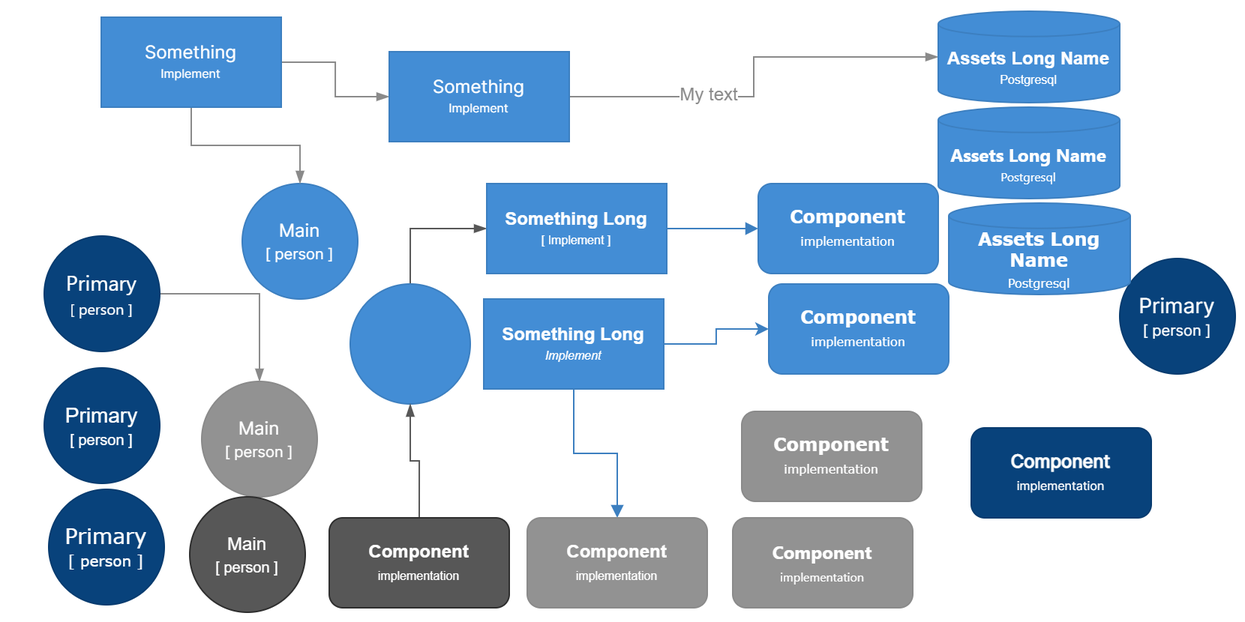
Before: .readme/diagrams/template.png, a diagram exported from draw.io (lebedec/farmisto). Source tidied: cells renumbered, new cells last; positions are measured from the earlier drawing's top-left corner, leaving out a move shared by most shapes.
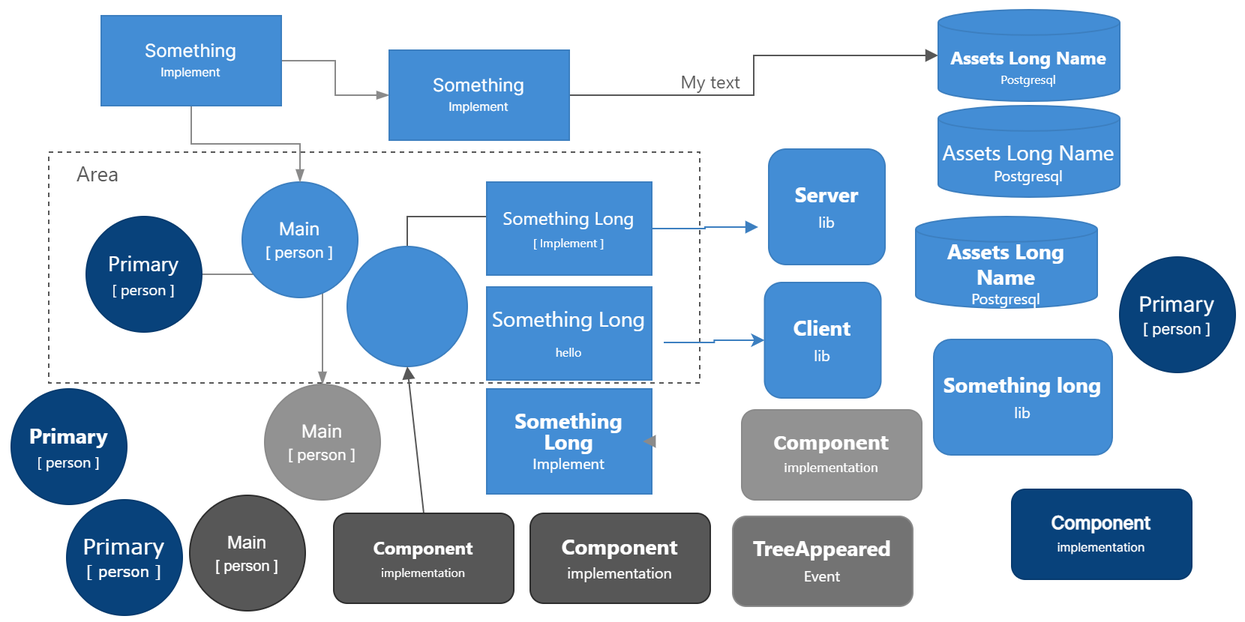
After the commit.

Commit message:
add to diagrams template more components

What changed in the source:
```diff
@@ -4,2 +4,5 @@
     <mxCell id="1" parent="0" />
+    <mxCell id="34" style="rounded=0;whiteSpace=wrap;html=1;fontFamily=segoe ui;fontSource=https%3A%2F%2Ffonts.googleapis.com%2Fcss%3Ffamily%3Dsegoe%2Bui;fontSize=10;dashed=1;strokeWidth=1;perimeterSpacing=0;fillColor=none;strokeColor=#575757;" parent="1" vertex="1">
+      <mxGeometry x="3" y="95" width="434" height="154" as="geometry" />
+    </mxCell>
     <mxCell id="2" style="edgeStyle=orthogonalEdgeStyle;shape=connector;rounded=0;jettySize=auto;html=1;exitX=1;exitY=0.5;exitDx=0;exitDy=0;entryX=0.5;entryY=0;entryDx=0;entryDy=0;labelBackgroundColor=default;strokeColor=#8A8A8A;strokeWidth=1;fontFamily=Helvetica;fontSize=12;fontColor=#ffffff;endArrow=blockThin;endFill=1;" parent="1" edge="1" source="3" target="5">
@@ -8,3 +11,3 @@
     <mxCell id="3" value="&lt;font style=&quot;font-size: 14px;&quot;&gt;Primary&lt;/font&gt;&lt;br style=&quot;font-size: 12px;&quot;&gt;&lt;font style=&quot;font-size: 10px;&quot;&gt;[ person ]&lt;/font&gt;" style="ellipse;whiteSpace=wrap;html=1;strokeColor=#073b6f;fontFamily=segoe ui;fontSource=https%3A%2F%2Ffonts.googleapis.com%2Fcss%3Ffamily%3Dsegoe%2Bui;fontSize=12;fillColor=#08427b;fontColor=#ffffff;" parent="1" vertex="1">
-      <mxGeometry y="150" width="77" height="77" as="geometry" />
+      <mxGeometry x="28" y="138" width="77" height="77" as="geometry" />
     </mxCell>
@@ -14,5 +17,5 @@
     <mxCell id="5" value="Main&lt;br style=&quot;font-size: 12px;&quot;&gt;&lt;font style=&quot;font-size: 10px;&quot;&gt;[ person ]&lt;/font&gt;" style="ellipse;whiteSpace=wrap;html=1;strokeColor=#8a8a8a;fontFamily=Inter;fontSource=https%3A%2F%2Ffonts.googleapis.com%2Fcss%3Ffamily%3DInter;fontSize=12;fillColor=#929292;fontColor=#ffffff;" parent="1" vertex="1">
-      <mxGeometry x="105" y="247" width="77" height="77" as="geometry" />
+      <mxGeometry x="147" y="250" width="77" height="77" as="geometry" />
     </mxCell>
-    <mxCell id="6" value="&lt;font style=&quot;font-size: 12px;&quot;&gt;&lt;b&gt;Assets Long Name&lt;/b&gt;&lt;/font&gt;&lt;br&gt;&lt;font style=&quot;font-size: 8px;&quot;&gt;Postgresql&lt;/font&gt;" style="shape=cylinder3;whiteSpace=wrap;html=1;boundedLbl=1;backgroundOutline=1;size=8.44827586206901;strokeColor=#3c7fc0;fontFamily=segoe ui;fontSource=https%3A%2F%2Ffonts.googleapis.com%2Fcss%3Ffamily%3Dsegoe%2Bui;fontSize=10;fontColor=#ffffff;fillColor=#438dd5;" parent="1" vertex="1">
+    <mxCell id="6" value="&lt;font style=&quot;&quot;&gt;&lt;font style=&quot;font-size: 14px;&quot;&gt;Assets Long Name&lt;/font&gt;&lt;br&gt;&lt;font style=&quot;font-size: 10px;&quot;&gt;Postgresql&lt;/font&gt;&lt;/font&gt;" style="shape=cylinder3;whiteSpace=wrap;html=1;boundedLbl=1;backgroundOutline=1;size=8.44827586206901;strokeColor=#3c7fc0;fontFamily=segoe ui;fontSource=https%3A%2F%2Ffonts.googleapis.com%2Fcss%3Ffamily%3Dsegoe%2Bui;fontSize=10;fontColor=#ffffff;fillColor=#438dd5;" parent="1" vertex="1">
       <mxGeometry x="596" y="64" width="121" height="61" as="geometry" />
@@ -32,3 +35,3 @@
     <mxCell id="11" style="ellipse;whiteSpace=wrap;html=1;strokeColor=#3c7fc0;fontFamily=Inter;fontSource=https%3A%2F%2Ffonts.googleapis.com%2Fcss%3Ffamily%3DInter;fontSize=8;fontColor=#ffffff;fillColor=#438dd5;" parent="1" vertex="1">
-      <mxGeometry x="204" y="182" width="80" height="80" as="geometry" />
+      <mxGeometry x="202" y="158" width="80" height="80" as="geometry" />
     </mxCell>
@@ -38,6 +41,6 @@
     <mxCell id="13" value="&lt;b&gt;Component&lt;/b&gt;&lt;br&gt;&lt;font style=&quot;font-size: 8px;&quot;&gt;implementation&lt;/font&gt;" style="rounded=1;whiteSpace=wrap;html=1;strokeColor=#073b6f;fontFamily=Inter;fontSource=https%3A%2F%2Ffonts.googleapis.com%2Fcss%3Ffamily%3DInter;fontSize=12;fontColor=#ffffff;fillColor=#08427b;" parent="1" vertex="1">
-      <mxGeometry x="618" y="278" width="120" height="60" as="geometry" />
+      <mxGeometry x="645" y="320" width="120" height="60" as="geometry" />
     </mxCell>
-    <mxCell id="14" value="&lt;b&gt;Component&lt;/b&gt;&lt;br&gt;&lt;font style=&quot;font-size: 8px;&quot;&gt;implementation&lt;/font&gt;" style="rounded=1;whiteSpace=wrap;html=1;strokeColor=#3c7fc0;fontFamily=Verdana;fontSize=12;fontColor=#ffffff;fillColor=#438dd5;fontSource=https%3A%2F%2Ffonts.googleapis.com%2Fcss%3Ffamily%3Dsegoe%2Bui;" parent="1" vertex="1">
-      <mxGeometry x="483" y="182" width="120" height="60" as="geometry" />
+    <mxCell id="14" value="&lt;b style=&quot;font-size: 14px;&quot;&gt;Client&lt;/b&gt;&lt;br style=&quot;font-size: 14px;&quot;&gt;&lt;span style=&quot;font-size: 10px;&quot;&gt;lib&lt;br&gt;&lt;/span&gt;" style="rounded=1;whiteSpace=wrap;html=1;strokeColor=#3c7fc0;fontFamily=segoe ui;fontSize=14;fontColor=#ffffff;fillColor=#438dd5;fontSource=https%3A%2F%2Ffonts.googleapis.com%2Fcss%3Ffamily%3Dsegoe%2Bui;" parent="1" vertex="1">
+      <mxGeometry x="480.2" y="182" width="77.5" height="77" as="geometry" />
     </mxCell>
@@ -46,6 +49,6 @@
     </mxCell>
-    <mxCell id="16" style="edgeStyle=orthogonalEdgeStyle;shape=connector;rounded=0;jettySize=auto;html=1;exitX=1;exitY=0.5;exitDx=0;exitDy=0;labelBackgroundColor=default;strokeColor=#8A8A8A;strokeWidth=1;fontFamily=Helvetica;fontSize=12;fontColor=#ffffff;endArrow=blockThin;endFill=1;" parent="1" edge="1" source="18" target="25">
+    <mxCell id="16" style="edgeStyle=orthogonalEdgeStyle;shape=connector;rounded=0;jettySize=auto;html=1;exitX=1;exitY=0.5;exitDx=0;exitDy=0;labelBackgroundColor=default;strokeColor=#575757;strokeWidth=1;fontFamily=Helvetica;fontSize=12;fontColor=#ffffff;endArrow=block;endFill=1;" parent="1" edge="1" source="18" target="25">
       <mxGeometry relative="1" as="geometry" />
     </mxCell>
-    <mxCell id="17" value="My text" style="edgeLabel;html=1;align=center;verticalAlign=middle;fontSize=12;fontFamily=Helvetica;fontColor=#8A8A8A;labelBackgroundColor=default;spacingTop=0;" parent="16" vertex="1">
+    <mxCell id="17" value="My text" style="edgeLabel;html=1;align=center;verticalAlign=middle;fontSize=12;fontFamily=segoe ui;fontColor=#575757;labelBackgroundColor=none;spacingTop=0;spacingBottom=17;fontSource=https%3A%2F%2Ffonts.googleapis.com%2Fcss%3Ffamily%3Dsegoe%2Bui;" parent="16" vertex="1">
       <mxGeometry x="-0.32" y="1" relative="1" as="geometry" />
@@ -55,43 +58,32 @@
     </mxCell>
-    <mxCell id="19" style="edgeStyle=orthogonalEdgeStyle;shape=connector;rounded=0;jettySize=auto;html=1;exitX=1;exitY=0.5;exitDx=0;exitDy=0;entryX=0;entryY=0.5;entryDx=0;entryDy=0;labelBackgroundColor=default;strokeColor=#3C7FC0;fontFamily=Helvetica;fontSize=12;fontColor=#ffffff;endArrow=block;endFill=1;strokeWidth=1;" parent="1" edge="1" source="20" target="24">
-      <mxGeometry relative="1" as="geometry" />
+    <mxCell id="19" style="edgeStyle=orthogonalEdgeStyle;shape=connector;rounded=0;jettySize=auto;html=1;exitX=1;exitY=0.5;exitDx=0;exitDy=0;entryX=0;entryY=0.5;entryDx=0;entryDy=0;labelBackgroundColor=default;strokeColor=#3C7FC0;fontFamily=Helvetica;fontSize=12;fontColor=#ffffff;endArrow=block;endFill=1;strokeWidth=1;" parent="1" edge="1" source="20">
+      <mxGeometry relative="1" as="geometry">
+        <mxPoint x="476" y="145" as="targetPoint" />
+      </mxGeometry>
     </mxCell>
-    <mxCell id="20" value="&lt;font style=&quot;font-size: 12px;&quot;&gt;&lt;b&gt;Something Long&lt;/b&gt;&lt;/font&gt;&lt;br&gt;&lt;font style=&quot;font-size: 8px;&quot;&gt;[ Implement ]&lt;/font&gt;" style="rounded=0;whiteSpace=wrap;html=1;strokeColor=#3c7fc0;fontFamily=Helvetica;fontSize=10;fontColor=#ffffff;fillColor=#438dd5;" parent="1" vertex="1">
-      <mxGeometry x="295" y="115" width="120" height="60" as="geometry" />
+    <mxCell id="20" value="&lt;p style=&quot;line-height: 1.4;&quot;&gt;&lt;font style=&quot;font-size: 12px;&quot;&gt;Something Long&lt;/font&gt;&lt;br&gt;&lt;font style=&quot;font-size: 8px;&quot;&gt;[ Implement ]&lt;/font&gt;&lt;/p&gt;" style="rounded=0;whiteSpace=wrap;html=1;strokeColor=#3c7fc0;fontFamily=segoe ui;fontSize=10;fontColor=#ffffff;fillColor=#438dd5;fontSource=https%3A%2F%2Ffonts.googleapis.com%2Fcss%3Ffamily%3Dsegoe%2Bui;" parent="1" vertex="1">
+      <mxGeometry x="295" y="115" width="110" height="62" as="geometry" />
     </mxCell>
-    <mxCell id="21" style="edgeStyle=orthogonalEdgeStyle;rounded=0;jettySize=auto;html=1;entryX=0;entryY=0.5;entryDx=0;entryDy=0;strokeColor=#3C7FC0;fontFamily=Helvetica;fontSize=12;fontColor=#ffffff;" parent="1" edge="1" source="23" target="14">
-      <mxGeometry relative="1" as="geometry" />
+    <mxCell id="21" style="edgeStyle=orthogonalEdgeStyle;rounded=0;jettySize=auto;html=1;entryX=0;entryY=0.5;entryDx=0;entryDy=0;strokeColor=#3C7FC0;fontFamily=Helvetica;fontSize=12;fontColor=#ffffff;" parent="1" edge="1" target="14">
+      <mxGeometry relative="1" as="geometry">
+        <mxPoint x="413" y="222" as="sourcePoint" />
+      </mxGeometry>
     </mxCell>
-    <mxCell id="22" style="edgeStyle=orthogonalEdgeStyle;shape=connector;rounded=0;jettySize=auto;html=1;entryX=0.5;entryY=0;entryDx=0;entryDy=0;labelBackgroundColor=default;strokeColor=#3C7FC0;strokeWidth=1;fontFamily=Helvetica;fontSize=12;fontColor=#ffffff;endArrow=block;endFill=1;" parent="1" edge="1" source="23" target="30">
-      <mxGeometry relative="1" as="geometry" />
-    </mxCell>
-    <mxCell id="23" value="&lt;font style=&quot;font-size: 12px;&quot;&gt;&lt;b&gt;Something Long&lt;/b&gt;&lt;/font&gt;&lt;br&gt;&lt;font style=&quot;font-size: 8px;&quot;&gt;&lt;i&gt;Implement&lt;/i&gt;&lt;/font&gt;" style="rounded=0;whiteSpace=wrap;html=1;strokeColor=#3c7fc0;fontFamily=Helvetica;fontSize=10;fontColor=#ffffff;fillColor=#438dd5;" parent="1" vertex="1">
-      <mxGeometry x="293" y="192" width="120" height="60" as="geometry" />
-    </mxCell>
-    <mxCell id="24" value="&lt;b&gt;Component&lt;/b&gt;&lt;br&gt;&lt;font style=&quot;font-size: 8px;&quot;&gt;implementation&lt;/font&gt;" style="rounded=1;whiteSpace=wrap;html=1;strokeColor=#3c7fc0;fontFamily=Verdana;fontSize=12;fontColor=#ffffff;fillColor=#438dd5;" parent="1" vertex="1">
-      <mxGeometry x="476" y="115" width="120" height="60" as="geometry" />
-    </mxCell>
-    <mxCell id="25" value="&lt;font style=&quot;font-size: 12px;&quot;&gt;&lt;b&gt;Assets Long Name&lt;/b&gt;&lt;/font&gt;&lt;br&gt;&lt;font style=&quot;font-size: 8px;&quot;&gt;Postgresql&lt;/font&gt;" style="shape=cylinder3;whiteSpace=wrap;html=1;boundedLbl=1;backgroundOutline=1;size=8.44827586206901;strokeColor=#3c7fc0;fontFamily=Helvetica;fontSize=10;fontColor=#ffffff;fillColor=#438dd5;" parent="1" vertex="1">
+    <mxCell id="25" value="&lt;font style=&quot;font-size: 12px;&quot;&gt;&lt;b&gt;Assets Long Name&lt;/b&gt;&lt;/font&gt;&lt;br&gt;&lt;font style=&quot;font-size: 8px;&quot;&gt;Postgresql&lt;/font&gt;" style="shape=cylinder3;whiteSpace=wrap;html=1;boundedLbl=1;backgroundOutline=1;size=8.44827586206901;strokeColor=#3c7fc0;fontFamily=segoe ui;fontSize=10;fontColor=#ffffff;fillColor=#438dd5;fontSource=https%3A%2F%2Ffonts.googleapis.com%2Fcss%3Ffamily%3Dsegoe%2Bui;" parent="1" vertex="1">
       <mxGeometry x="596" width="121" height="61" as="geometry" />
     </mxCell>
-    <mxCell id="26" value="&lt;font style=&quot;font-size: 12px;&quot;&gt;&lt;b&gt;Assets Long Name&lt;/b&gt;&lt;/font&gt;&lt;br&gt;&lt;font style=&quot;font-size: 8px;&quot;&gt;Postgresql&lt;/font&gt;" style="shape=cylinder3;whiteSpace=wrap;html=1;boundedLbl=1;backgroundOutline=1;size=8.44827586206901;strokeColor=#3c7fc0;fontFamily=Verdana;fontSize=10;fontColor=#ffffff;fillColor=#438dd5;" parent="1" vertex="1">
-      <mxGeometry x="603" y="128" width="121" height="61" as="geometry" />
-    </mxCell>
-    <mxCell id="27" value="&lt;font style=&quot;font-size: 14px;&quot;&gt;Primary&lt;/font&gt;&lt;br style=&quot;font-size: 12px;&quot;&gt;&lt;font style=&quot;font-size: 10px;&quot;&gt;[ person ]&lt;/font&gt;" style="ellipse;whiteSpace=wrap;html=1;strokeColor=#073b6f;fontFamily=Helvetica;fontSize=12;fillColor=#08427b;fontColor=#ffffff;" parent="1" vertex="1">
-      <mxGeometry y="238" width="77" height="77" as="geometry" />
+    <mxCell id="27" value="&lt;font style=&quot;font-size: 14px;&quot;&gt;&lt;b&gt;Primary&lt;/b&gt;&lt;/font&gt;&lt;br style=&quot;font-size: 12px;&quot;&gt;&lt;font style=&quot;font-size: 10px;&quot;&gt;[ person ]&lt;/font&gt;" style="ellipse;whiteSpace=wrap;html=1;strokeColor=#073b6f;fontFamily=segoe ui;fontSize=12;fillColor=#08427b;fontColor=#ffffff;fontSource=https%3A%2F%2Ffonts.googleapis.com%2Fcss%3Ffamily%3Dsegoe%2Bui;" parent="1" vertex="1">
+      <mxGeometry x="-22" y="253" width="77" height="77" as="geometry" />
     </mxCell>
     <mxCell id="28" value="&lt;font style=&quot;font-size: 14px;&quot;&gt;Primary&lt;/font&gt;&lt;br style=&quot;font-size: 12px;&quot;&gt;&lt;font style=&quot;font-size: 10px;&quot;&gt;[ person ]&lt;/font&gt;" style="ellipse;whiteSpace=wrap;html=1;strokeColor=#073b6f;fontFamily=Verdana;fontSize=12;fillColor=#08427b;fontColor=#ffffff;" parent="1" vertex="1">
-      <mxGeometry x="3" y="319" width="77" height="77" as="geometry" />
+      <mxGeometry x="15" y="327" width="77" height="77" as="geometry" />
     </mxCell>
-    <mxCell id="29" value="&lt;b&gt;Component&lt;/b&gt;&lt;br&gt;&lt;font style=&quot;font-size: 8px;&quot;&gt;implementation&lt;/font&gt;" style="rounded=1;whiteSpace=wrap;html=1;strokeColor=#8a8a8a;fontFamily=segoe ui;fontSource=https%3A%2F%2Ffonts.googleapis.com%2Fcss%3Ffamily%3Dsegoe%2Bui;fontSize=12;fontColor=#ffffff;fillColor=#929292;" parent="1" vertex="1">
+    <mxCell id="29" value="&lt;b style=&quot;font-size: 14px;&quot;&gt;TreeAppeared&lt;/b&gt;&lt;br style=&quot;font-size: 14px;&quot;&gt;&lt;font style=&quot;font-size: 10px;&quot;&gt;Event&lt;/font&gt;" style="rounded=1;whiteSpace=wrap;html=1;strokeColor=#8a8a8a;fontFamily=segoe ui;fontSource=https%3A%2F%2Ffonts.googleapis.com%2Fcss%3Ffamily%3Dsegoe%2Bui;fontSize=14;fontColor=#ffffff;fillColor=#737373;" parent="1" vertex="1">
       <mxGeometry x="459" y="338" width="120" height="60" as="geometry" />
     </mxCell>
-    <mxCell id="30" value="&lt;b&gt;Component&lt;/b&gt;&lt;br&gt;&lt;font style=&quot;font-size: 8px;&quot;&gt;implementation&lt;/font&gt;" style="rounded=1;whiteSpace=wrap;html=1;strokeColor=#8a8a8a;fontFamily=Helvetica;fontSize=12;fontColor=#ffffff;fillColor=#929292;" parent="1" vertex="1">
-      <mxGeometry x="322" y="338" width="120" height="60" as="geometry" />
-    </mxCell>
-    <mxCell id="31" style="edgeStyle=orthogonalEdgeStyle;shape=connector;rounded=0;jettySize=auto;html=1;exitX=0.5;exitY=0;exitDx=0;exitDy=0;entryX=0.5;entryY=1;entryDx=0;entryDy=0;labelBackgroundColor=default;strokeColor=#575757;strokeWidth=1;fontFamily=Helvetica;fontSize=12;fontColor=#8A8A8A;endArrow=blockThin;endFill=1;" parent="1" edge="1" source="32" target="11">
+    <mxCell id="31" style="shape=connector;rounded=0;jettySize=auto;html=1;exitX=0.5;exitY=0;exitDx=0;exitDy=0;entryX=0.5;entryY=1;entryDx=0;entryDy=0;labelBackgroundColor=default;strokeColor=#575757;strokeWidth=1;fontFamily=Helvetica;fontSize=12;fontColor=#8A8A8A;endArrow=block;endFill=1;" parent="1" edge="1" source="32" target="11">
       <mxGeometry relative="1" as="geometry" />
     </mxCell>
-    <mxCell id="32" value="&lt;b&gt;Component&lt;/b&gt;&lt;br&gt;&lt;font style=&quot;font-size: 8px;&quot;&gt;implementation&lt;/font&gt;" style="rounded=1;whiteSpace=wrap;html=1;strokeColor=#2E2E2E;fontFamily=Helvetica;fontSize=12;fontColor=#ffffff;fillColor=#575757;" parent="1" vertex="1">
-      <mxGeometry x="190" y="338" width="120" height="60" as="geometry" />
+    <mxCell id="32" value="&lt;b&gt;Component&lt;/b&gt;&lt;br&gt;&lt;font style=&quot;font-size: 8px;&quot;&gt;implementation&lt;/font&gt;" style="rounded=1;whiteSpace=wrap;html=1;strokeColor=#2E2E2E;fontFamily=segoe ui;fontSize=12;fontColor=#ffffff;fillColor=#575757;fontSource=https%3A%2F%2Ffonts.googleapis.com%2Fcss%3Ffamily%3Dsegoe%2Bui;" parent="1" vertex="1">
+      <mxGeometry x="193" y="336" width="120" height="60" as="geometry" />
     </mxCell>
@@ -100,2 +92,26 @@
     </mxCell>
+    <mxCell id="35" value="&lt;b&gt;&lt;font style=&quot;font-size: 14px;&quot;&gt;Component&lt;/font&gt;&lt;/b&gt;&lt;br&gt;&lt;font style=&quot;font-size: 10px;&quot;&gt;implementation&lt;/font&gt;" style="rounded=1;whiteSpace=wrap;html=1;strokeColor=#2E2E2E;fontFamily=segoe ui;fontSize=12;fontColor=#ffffff;fillColor=#575757;fontSource=https%3A%2F%2Ffonts.googleapis.com%2Fcss%3Ffamily%3Dsegoe%2Bui;" parent="1" vertex="1">
+      <mxGeometry x="324" y="336" width="120" height="60" as="geometry" />
+    </mxCell>
+    <mxCell id="26" value="&lt;font style=&quot;&quot;&gt;&lt;font style=&quot;font-size: 14px;&quot;&gt;&lt;b&gt;Assets Long Name&lt;/b&gt;&lt;/font&gt;&lt;br&gt;&lt;font style=&quot;font-size: 10px;&quot;&gt;Postgresql&lt;/font&gt;&lt;/font&gt;" style="shape=cylinder3;whiteSpace=wrap;html=1;boundedLbl=1;backgroundOutline=1;size=8.44827586206901;strokeColor=#3c7fc0;fontFamily=segoe ui;fontSource=https%3A%2F%2Ffonts.googleapis.com%2Fcss%3Ffamily%3Dsegoe%2Bui;fontSize=10;fontColor=#ffffff;fillColor=#438dd5;" parent="1" vertex="1">
+      <mxGeometry x="581" y="138" width="121" height="61" as="geometry" />
+    </mxCell>
+    <mxCell id="36" value="&lt;p style=&quot;line-height: 0.9;&quot;&gt;&lt;font style=&quot;font-size: 14px; line-height: 1;&quot;&gt;Something Long&lt;/font&gt;&lt;/p&gt;&lt;p style=&quot;line-height: 0.9;&quot;&gt;&lt;span style=&quot;font-size: 8px; background-color: initial;&quot;&gt;hello&lt;/span&gt;&lt;/p&gt;" style="rounded=0;whiteSpace=wrap;html=1;strokeColor=#3c7fc0;fontFamily=segoe ui;fontSize=10;fontColor=#ffffff;fillColor=#438dd5;fontSource=https%3A%2F%2Ffonts.googleapis.com%2Fcss%3Ffamily%3Dsegoe%2Bui;" parent="1" vertex="1">
+      <mxGeometry x="295" y="185" width="110" height="62" as="geometry" />
+    </mxCell>
+    <mxCell id="23" value="&lt;p style=&quot;line-height: 0.9;&quot;&gt;&lt;font style=&quot;font-size: 14px; line-height: 1;&quot;&gt;&lt;b&gt;Something Long&lt;/b&gt;&lt;/font&gt;&lt;br&gt;&lt;font style=&quot;font-size: 10px; line-height: 1.4;&quot;&gt;Implement&lt;/font&gt;&lt;/p&gt;" style="rounded=0;whiteSpace=wrap;html=1;strokeColor=#3c7fc0;fontFamily=segoe ui;fontSize=10;fontColor=#ffffff;fillColor=#438dd5;fontSource=https%3A%2F%2Ffonts.googleapis.com%2Fcss%3Ffamily%3Dsegoe%2Bui;" parent="1" vertex="1">
+      <mxGeometry x="295" y="253" width="110" height="70" as="geometry" />
+    </mxCell>
+    <mxCell id="37" style="edgeStyle=orthogonalEdgeStyle;shape=connector;rounded=0;orthogonalLoop=1;jettySize=auto;html=1;exitX=1;exitY=0.5;exitDx=0;exitDy=0;entryX=0.946;entryY=0.495;entryDx=0;entryDy=0;entryPerimeter=0;labelBackgroundColor=default;strokeColor=#8A8A8A;strokeWidth=1;fontFamily=segoe ui;fontSource=https%3A%2F%2Ffonts.googleapis.com%2Fcss%3Ffamily%3Dsegoe%2Bui;fontSize=8;fontColor=#575757;endArrow=block;endFill=1;" parent="1" edge="1" source="23" target="23">
+      <mxGeometry relative="1" as="geometry" />
+    </mxCell>
+    <mxCell id="38" value="&lt;b style=&quot;font-size: 14px;&quot;&gt;Server&lt;/b&gt;&lt;br style=&quot;font-size: 14px;&quot;&gt;&lt;span style=&quot;font-size: 10px;&quot;&gt;lib&lt;br&gt;&lt;/span&gt;" style="rounded=1;whiteSpace=wrap;html=1;strokeColor=#3c7fc0;fontFamily=segoe ui;fontSize=14;fontColor=#ffffff;fillColor=#438dd5;fontSource=https%3A%2F%2Ffonts.googleapis.com%2Fcss%3Ffamily%3Dsegoe%2Bui;" parent="1" vertex="1">
+      <mxGeometry x="483" y="93" width="77.5" height="77" as="geometry" />
+    </mxCell>
+    <mxCell id="39" value="&lt;b style=&quot;font-size: 14px;&quot;&gt;Something long&lt;/b&gt;&lt;br style=&quot;font-size: 14px;&quot;&gt;&lt;span style=&quot;font-size: 10px;&quot;&gt;lib&lt;br&gt;&lt;/span&gt;" style="rounded=1;whiteSpace=wrap;html=1;strokeColor=#3c7fc0;fontFamily=segoe ui;fontSize=14;fontColor=#ffffff;fillColor=#438dd5;fontSource=https%3A%2F%2Ffonts.googleapis.com%2Fcss%3Ffamily%3Dsegoe%2Bui;" parent="1" vertex="1">
+      <mxGeometry x="593" y="220" width="119" height="77" as="geometry" />
+    </mxCell>
+    <mxCell id="40" value="Area" style="text;html=1;strokeColor=none;fillColor=none;align=center;verticalAlign=middle;whiteSpace=wrap;rounded=0;fontFamily=segoe ui;fontSource=https%3A%2F%2Ffonts.googleapis.com%2Fcss%3Ffamily%3Dsegoe%2Bui;fontSize=14;fontColor=#575757;" parent="1" vertex="1">
+      <mxGeometry x="6" y="95" width="60" height="30" as="geometry" />
+    </mxCell>
   </root>
```
